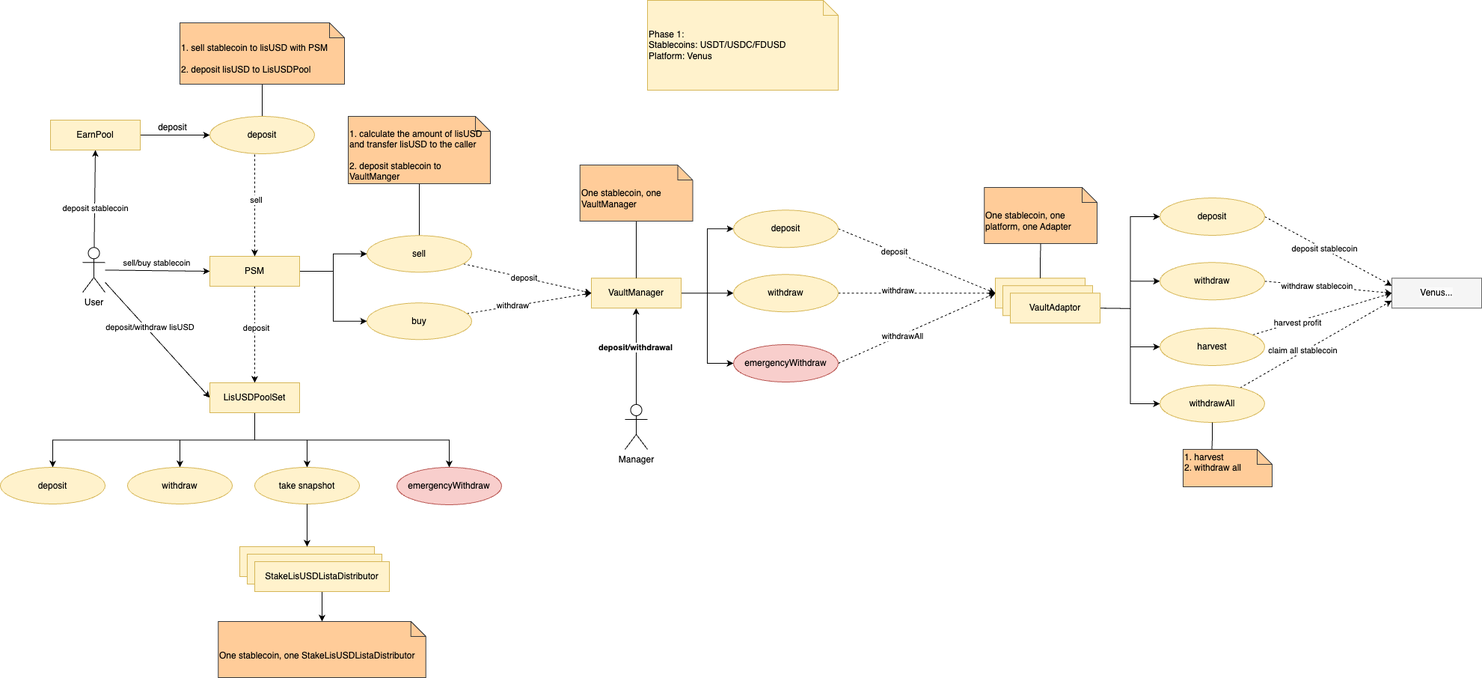
Above: diagrams/PSM.drawio.png in lista-dao/lista-dao-contracts (draw.io), before the change. Source tidied: cells renumbered, new cells last; positions are measured from the earlier drawing's top-left corner, leaving out a move shared by most shapes.
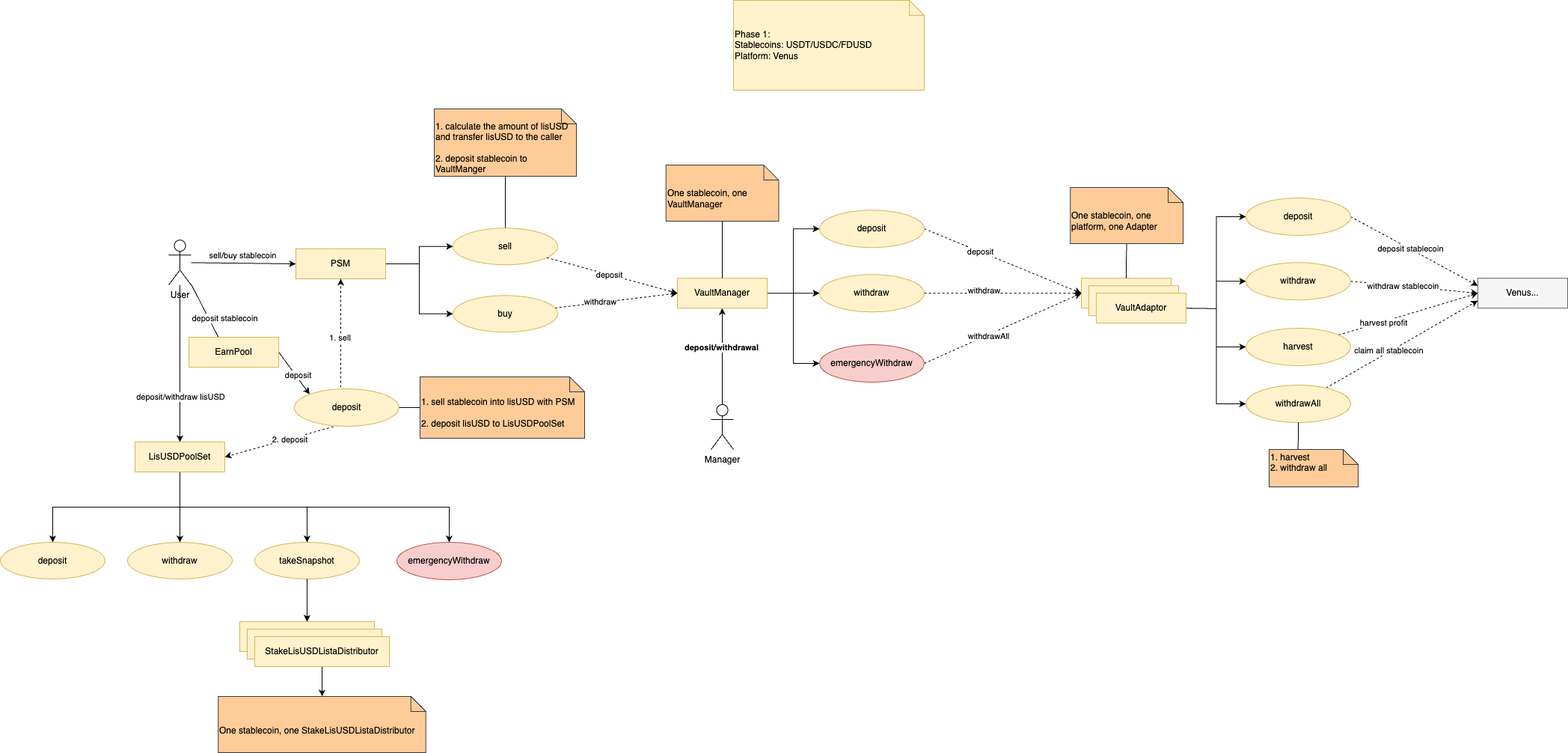
Later version of the same file.

Commit message:
docs: correct diagram of PSM

Diff of the diagram source:
```diff
@@ -103,11 +103,13 @@
     <mxCell id="32" value="VaultManager" style="whiteSpace=wrap;html=1;align=center;strokeColor=#d6b656;verticalAlign=middle;fontFamily=Helvetica;fontSize=12;fillColor=#fff2cc;" parent="1" vertex="1">
       <mxGeometry x="790" y="371.2" width="120" height="40" as="geometry" />
     </mxCell>
-    <mxCell id="33" style="rounded=0;jettySize=auto;html=1;entryX=0;entryY=0.5;entryDx=0;entryDy=0;" parent="1" edge="1" source="39" target="58">
+    <mxCell id="33" style="rounded=0;jettySize=auto;html=1;" parent="1" edge="1" source="39" target="58">
       <mxGeometry relative="1" as="geometry" />
     </mxCell>
     <mxCell id="34" value="deposit/withdraw lisUSD" style="edgeLabel;html=1;align=center;verticalAlign=middle;" parent="33" vertex="1">
-      <mxGeometry x="-0.19" y="4" relative="1" as="geometry" />
+      <mxGeometry x="-0.19" y="4" relative="1" as="geometry">
+        <mxPoint x="-4" y="64" as="offset" />
+      </mxGeometry>
     </mxCell>
     <mxCell id="35" style="rounded=0;jettySize=auto;html=1;entryX=0;entryY=0.5;entryDx=0;entryDy=0;" parent="1" edge="1" source="39" target="53">
       <mxGeometry relative="1" as="geometry" />
@@ -121,10 +123,12 @@
       <mxGeometry relative="1" as="geometry" />
     </mxCell>
     <mxCell id="38" value="deposit stablecoin" style="edgeLabel;html=1;align=center;verticalAlign=middle;" parent="37" vertex="1">
-      <mxGeometry x="-0.19" relative="1" as="geometry" />
+      <mxGeometry x="-0.19" relative="1" as="geometry">
+        <mxPoint x="21" as="offset" />
+      </mxGeometry>
     </mxCell>
     <mxCell id="39" value="User" style="shape=umlActor;verticalLabelPosition=bottom;verticalAlign=top;html=1;outlineConnect=0;" parent="1" vertex="1">
-      <mxGeometry x="110" y="330.2" width="30" height="60" as="geometry" />
+      <mxGeometry x="110" y="320.2" width="30" height="60" as="geometry" />
     </mxCell>
     <mxCell id="40" style="rounded=0;jettySize=auto;html=1;entryX=0;entryY=0.5;entryDx=0;entryDy=0;dashed=1;exitX=1;exitY=0.5;exitDx=0;exitDy=0;" parent="1" edge="1" source="42" target="4">
       <mxGeometry relative="1" as="geometry" />
@@ -153,10 +157,10 @@
     <mxCell id="48" value="emergencyWithdraw" style="ellipse;whiteSpace=wrap;html=1;align=center;strokeColor=#b85450;verticalAlign=middle;fontFamily=Helvetica;fontSize=12;fillColor=#f8cecc;" parent="1" vertex="1">
       <mxGeometry x="980" y="460" width="140" height="50" as="geometry" />
     </mxCell>
-    <mxCell id="49" style="edgeStyle=orthogonalEdgeStyle;rounded=0;jettySize=auto;html=1;entryX=0.5;entryY=0;entryDx=0;entryDy=0;dashed=1;" parent="1" edge="1" source="53" target="58">
+    <mxCell id="49" style="rounded=0;jettySize=auto;html=1;entryX=1;entryY=0.5;entryDx=0;entryDy=0;dashed=1;exitX=0.414;exitY=0.98;exitDx=0;exitDy=0;exitPerimeter=0;" parent="1" edge="1" source="64" target="58">
       <mxGeometry relative="1" as="geometry" />
     </mxCell>
-    <mxCell id="50" value="deposit" style="edgeLabel;html=1;align=center;verticalAlign=middle;" parent="49" vertex="1">
+    <mxCell id="50" value="2. deposit" style="edgeLabel;html=1;align=center;verticalAlign=middle;" parent="49" vertex="1">
       <mxGeometry x="-0.15" y="1" relative="1" as="geometry" />
     </mxCell>
     <mxCell id="51" style="edgeStyle=orthogonalEdgeStyle;rounded=0;jettySize=auto;html=1;entryX=0;entryY=0.5;entryDx=0;entryDy=0;" parent="1" edge="1" source="53" target="68">
@@ -166,7 +170,7 @@
       <mxGeometry relative="1" as="geometry" />
     </mxCell>
     <mxCell id="53" value="PSM" style="whiteSpace=wrap;html=1;align=center;strokeColor=#d6b656;verticalAlign=middle;fontFamily=Helvetica;fontSize=12;fillColor=#fff2cc;" parent="1" vertex="1">
-      <mxGeometry x="280" y="342" width="120" height="40" as="geometry" />
+      <mxGeometry x="280" y="332" width="120" height="40" as="geometry" />
     </mxCell>
     <mxCell id="54" style="edgeStyle=orthogonalEdgeStyle;rounded=0;jettySize=auto;html=1;entryX=0.5;entryY=0;entryDx=0;entryDy=0;exitX=0.5;exitY=1;exitDx=0;exitDy=0;" parent="1" edge="1" source="58" target="76">
       <mxGeometry relative="1" as="geometry" />
@@ -181,27 +185,32 @@
       <mxGeometry relative="1" as="geometry" />
     </mxCell>
     <mxCell id="58" value="LisUSDPoolSet" style="whiteSpace=wrap;html=1;align=center;strokeColor=#d6b656;verticalAlign=middle;fontFamily=Helvetica;fontSize=12;fillColor=#fff2cc;" parent="1" vertex="1">
-      <mxGeometry x="280" y="511" width="120" height="40" as="geometry" />
+      <mxGeometry x="65" y="590" width="120" height="40" as="geometry" />
     </mxCell>
-    <mxCell id="59" style="edgeStyle=orthogonalEdgeStyle;rounded=0;jettySize=auto;html=1;entryX=0;entryY=0.5;entryDx=0;entryDy=0;" parent="1" edge="1" source="62" target="64">
+    <mxCell id="59" style="rounded=0;jettySize=auto;html=1;entryX=0;entryY=0;entryDx=0;entryDy=0;exitX=1;exitY=0.5;exitDx=0;exitDy=0;" parent="1" edge="1" source="62" target="64">
       <mxGeometry relative="1" as="geometry" />
     </mxCell>
+    <mxCell id="73" value="deposit" style="edgeLabel;html=1;align=center;verticalAlign=middle;" parent="59" vertex="1">
+      <mxGeometry x="-0.35" y="2" relative="1" as="geometry">
+        <mxPoint x="10" y="13" as="offset" />
+      </mxGeometry>
+    </mxCell>
-    <mxCell id="60" style="rounded=0;jettySize=auto;html=1;dashed=1;exitX=0.429;exitY=1.02;exitDx=0;exitDy=0;exitPerimeter=0;" parent="1" edge="1" source="64" target="53">
+    <mxCell id="60" style="rounded=0;jettySize=auto;html=1;dashed=1;exitX=0.443;exitY=-0.04;exitDx=0;exitDy=0;exitPerimeter=0;" parent="1" edge="1" source="64" target="53">
       <mxGeometry relative="1" as="geometry" />
     </mxCell>
-    <mxCell id="61" value="sell" style="edgeLabel;html=1;align=center;verticalAlign=middle;" parent="60" vertex="1">
+    <mxCell id="61" value="1. sell" style="edgeLabel;html=1;align=center;verticalAlign=middle;" parent="60" vertex="1">
       <mxGeometry x="-0.1" y="1" relative="1" as="geometry">
         <mxPoint y="-1" as="offset" />
       </mxGeometry>
     </mxCell>
     <mxCell id="62" value="EarnPool" style="whiteSpace=wrap;html=1;align=center;strokeColor=#d6b656;verticalAlign=middle;fontFamily=Helvetica;fontSize=12;fillColor=#fff2cc;" parent="1" vertex="1">
-      <mxGeometry x="67" y="160" width="120" height="40" as="geometry" />
+      <mxGeometry x="137.2" y="450" width="120" height="40" as="geometry" />
     </mxCell>
-    <mxCell id="63" style="edgeStyle=orthogonalEdgeStyle;rounded=0;jettySize=auto;html=1;endArrow=none;endFill=0;" parent="1" edge="1" source="64" target="74">
+    <mxCell id="63" style="edgeStyle=orthogonalEdgeStyle;rounded=0;jettySize=auto;html=1;endArrow=none;endFill=0;entryX=0;entryY=0.5;entryDx=0;entryDy=0;entryPerimeter=0;" parent="1" edge="1" source="64" target="74">
       <mxGeometry relative="1" as="geometry" />
     </mxCell>
     <mxCell id="64" value="deposit" style="ellipse;whiteSpace=wrap;html=1;align=center;strokeColor=#d6b656;verticalAlign=middle;fontFamily=Helvetica;fontSize=12;fillColor=#fff2cc;" parent="1" vertex="1">
-      <mxGeometry x="280" y="155" width="140" height="50" as="geometry" />
+      <mxGeometry x="277.8" y="519" width="140" height="50" as="geometry" />
     </mxCell>
     <mxCell id="65" style="edgeStyle=orthogonalEdgeStyle;rounded=0;jettySize=auto;html=1;endArrow=none;endFill=0;entryX=0.5;entryY=1;entryDx=0;entryDy=0;entryPerimeter=0;" parent="1" edge="1" source="68" target="69">
       <mxGeometry relative="1" as="geometry" />
@@ -215,10 +224,10 @@
       </mxGeometry>
     </mxCell>
     <mxCell id="68" value="sell" style="ellipse;whiteSpace=wrap;html=1;align=center;strokeColor=#d6b656;verticalAlign=middle;fontFamily=Helvetica;fontSize=12;fillColor=#fff2cc;" parent="1" vertex="1">
-      <mxGeometry x="490" y="314.2" width="140" height="49" as="geometry" />
+      <mxGeometry x="490" y="304.2" width="140" height="49" as="geometry" />
     </mxCell>
     <mxCell id="69" value="&lt;br&gt;&lt;div&gt;1. calculate the amount of lisUSD and transfer lisUSD to the caller&lt;br&gt;&lt;br&gt;2. deposit stablecoin to VaultManger&lt;/div&gt;" style="shape=note;size=20;whiteSpace=wrap;html=1;strokeColor=#36393d;align=left;verticalAlign=middle;fontFamily=Helvetica;fontSize=12;fillColor=#ffcc99;" parent="1" vertex="1">
-      <mxGeometry x="465" y="155" width="190" height="90" as="geometry" />
+      <mxGeometry x="465" y="145" width="190" height="90" as="geometry" />
     </mxCell>
     <mxCell id="70" style="rounded=0;jettySize=auto;html=1;entryX=0;entryY=0.5;entryDx=0;entryDy=0;dashed=1;" parent="1" edge="1" source="72" target="32">
       <mxGeometry relative="1" as="geometry" />
@@ -227,19 +236,16 @@
       <mxGeometry x="-0.26" y="1" relative="1" as="geometry" />
     </mxCell>
     <mxCell id="72" value="buy" style="ellipse;whiteSpace=wrap;html=1;align=center;strokeColor=#d6b656;verticalAlign=middle;fontFamily=Helvetica;fontSize=12;fillColor=#fff2cc;" parent="1" vertex="1">
-      <mxGeometry x="490" y="404.2" width="140" height="49" as="geometry" />
+      <mxGeometry x="490" y="394.2" width="140" height="49" as="geometry" />
     </mxCell>
-    <mxCell id="73" value="deposit" style="text;html=1;align=center;verticalAlign=middle;strokeColor=none;fillColor=none;" parent="1" vertex="1">
-      <mxGeometry x="200" y="155" width="60" height="30" as="geometry" />
-    </mxCell>
-    <mxCell id="74" value="&lt;br&gt;&lt;div&gt;1. sell stablecoin to lisUSD with PSM&lt;br&gt;&lt;br&gt;2. deposit lisUSD to LisUSDPool&lt;/div&gt;" style="shape=note;size=20;whiteSpace=wrap;html=1;strokeColor=#36393d;align=left;verticalAlign=middle;fontFamily=Helvetica;fontSize=12;fillColor=#ffcc99;" parent="1" vertex="1">
-      <mxGeometry x="240" y="30" width="220" height="82" as="geometry" />
+    <mxCell id="74" value="&lt;br&gt;&lt;div&gt;1. sell stablecoin into lisUSD with PSM&lt;br&gt;&lt;br&gt;2. deposit lisUSD to LisUSDPoolSet&lt;/div&gt;" style="shape=note;size=20;whiteSpace=wrap;html=1;strokeColor=#36393d;align=left;verticalAlign=middle;fontFamily=Helvetica;fontSize=12;fillColor=#ffcc99;" parent="1" vertex="1">
+      <mxGeometry x="446" y="503" width="220" height="82" as="geometry" />
     </mxCell>
     <mxCell id="75" value="withdraw" style="ellipse;whiteSpace=wrap;html=1;align=center;strokeColor=#d6b656;verticalAlign=middle;fontFamily=Helvetica;fontSize=12;fillColor=#fff2cc;" parent="1" vertex="1">
-      <mxGeometry x="170" y="624" width="140" height="49" as="geometry" />
+      <mxGeometry x="55" y="724" width="140" height="49" as="geometry" />
     </mxCell>
     <mxCell id="76" value="deposit" style="ellipse;whiteSpace=wrap;html=1;align=center;strokeColor=#d6b656;verticalAlign=middle;fontFamily=Helvetica;fontSize=12;fillColor=#fff2cc;" parent="1" vertex="1">
-      <mxGeometry y="624" width="140" height="49" as="geometry" />
+      <mxGeometry x="-115" y="724" width="140" height="49" as="geometry" />
     </mxCell>
     <mxCell id="77" style="edgeStyle=orthogonalEdgeStyle;rounded=0;jettySize=auto;html=1;entryX=0.5;entryY=0;entryDx=0;entryDy=0;endArrow=none;endFill=0;" parent="1" edge="1" source="78" target="32">
       <mxGeometry relative="1" as="geometry" />
@@ -250,31 +256,31 @@
     <mxCell id="79" value="&lt;br&gt;&lt;div&gt;Phase 1:&lt;br&gt;Stablecoins: USDT/USDC/FDUSD&lt;br&gt;Platform: Venus&lt;br&gt;&lt;br&gt;&lt;/div&gt;" style="shape=note;size=20;whiteSpace=wrap;html=1;strokeColor=#d6b656;align=left;verticalAlign=middle;fontFamily=Helvetica;fontSize=12;fillColor=#fff2cc;" parent="1" vertex="1">
       <mxGeometry x="865" width="255" height="120" as="geometry" />
     </mxCell>
-    <mxCell id="80" value="take snapshot" style="ellipse;whiteSpace=wrap;html=1;align=center;strokeColor=#d6b656;verticalAlign=middle;fontFamily=Helvetica;fontSize=12;fillColor=#fff2cc;" parent="1" vertex="1">
-      <mxGeometry x="340" y="624" width="140" height="49" as="geometry" />
+    <mxCell id="80" value="takeSnapshot" style="ellipse;whiteSpace=wrap;html=1;align=center;strokeColor=#d6b656;verticalAlign=middle;fontFamily=Helvetica;fontSize=12;fillColor=#fff2cc;" parent="1" vertex="1">
+      <mxGeometry x="225" y="724" width="140" height="49" as="geometry" />
     </mxCell>
     <mxCell id="81" value="StakeLisUSDListaDistributor" style="whiteSpace=wrap;html=1;align=center;strokeColor=#d6b656;verticalAlign=middle;fontFamily=Helvetica;fontSize=12;fillColor=#fff2cc;" parent="1" vertex="1">
-      <mxGeometry x="320" y="730" width="180" height="40" as="geometry" />
+      <mxGeometry x="205" y="830" width="180" height="40" as="geometry" />
     </mxCell>
     <mxCell id="82" style="edgeStyle=orthogonalEdgeStyle;rounded=0;jettySize=auto;html=1;" parent="1" edge="1" source="80">
       <mxGeometry relative="1" as="geometry">
-        <mxPoint x="410" y="730" as="targetPoint" />
+        <mxPoint x="295" y="830" as="targetPoint" />
       </mxGeometry>
     </mxCell>
     <mxCell id="83" value="StakeLisUSDListaDistributor" style="whiteSpace=wrap;html=1;align=center;strokeColor=#d6b656;verticalAlign=middle;fontFamily=Helvetica;fontSize=12;fillColor=#fff2cc;" parent="1" vertex="1">
-      <mxGeometry x="330" y="740" width="180" height="40" as="geometry" />
+      <mxGeometry x="215" y="840" width="180" height="40" as="geometry" />
     </mxCell>
     <mxCell id="84" style="edgeStyle=orthogonalEdgeStyle;rounded=0;jettySize=auto;html=1;" parent="1" edge="1" source="85" target="86">
       <mxGeometry relative="1" as="geometry" />
     </mxCell>
     <mxCell id="85" value="StakeLisUSDListaDistributor" style="whiteSpace=wrap;html=1;align=center;strokeColor=#d6b656;verticalAlign=middle;fontFamily=Helvetica;fontSize=12;fillColor=#fff2cc;" parent="1" vertex="1">
-      <mxGeometry x="340" y="750" width="180" height="40" as="geometry" />
+      <mxGeometry x="225" y="850" width="180" height="40" as="geometry" />
     </mxCell>
     <mxCell id="86" value="&lt;br&gt;&lt;div&gt;One stablecoin, one StakeLisUSDListaDistributor&lt;/div&gt;" style="shape=note;size=20;whiteSpace=wrap;html=1;strokeColor=#36393d;align=left;verticalAlign=middle;fontFamily=Helvetica;fontSize=12;fillColor=#ffcc99;" parent="1" vertex="1">
-      <mxGeometry x="291.2" y="830" width="277.7" height="75" as="geometry" />
+      <mxGeometry x="176.2" y="930" width="277.7" height="75" as="geometry" />
     </mxCell>
     <mxCell id="87" value="emergencyWithdraw" style="ellipse;whiteSpace=wrap;html=1;align=center;strokeColor=#b85450;verticalAlign=middle;fontFamily=Helvetica;fontSize=12;fillColor=#f8cecc;" parent="1" vertex="1">
-      <mxGeometry x="530" y="624" width="140" height="50" as="geometry" />
+      <mxGeometry x="415" y="724" width="140" height="50" as="geometry" />
     </mxCell>
   </root>
 </mxGraphModel>
```
